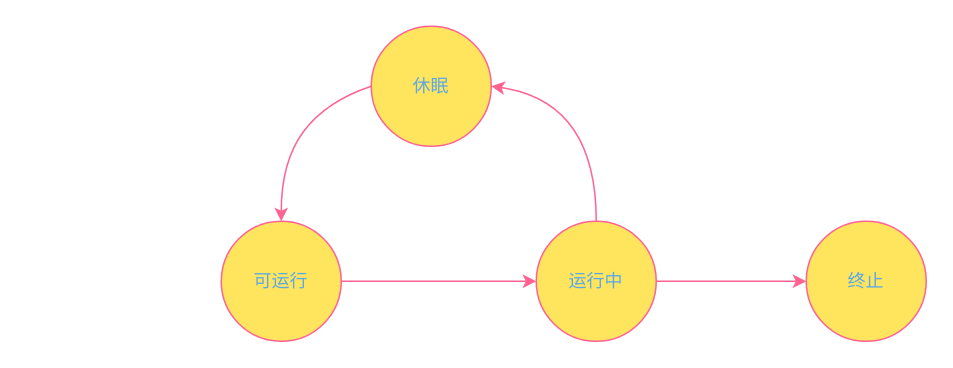
Before: page "操作系统线程" (1 of 2) of Untitled Diagram.drawio in fxiaoyu97/Algorithm-Utils, a draw.io diagram. Source tidied: cells renumbered, new cells numbered last; positions are measured from the earlier drawing's top-left corner, leaving out a move shared by most shapes. Both pictures are drawn from the tidied source at 150%, with x=0, y=0 at pixel (220, 26).
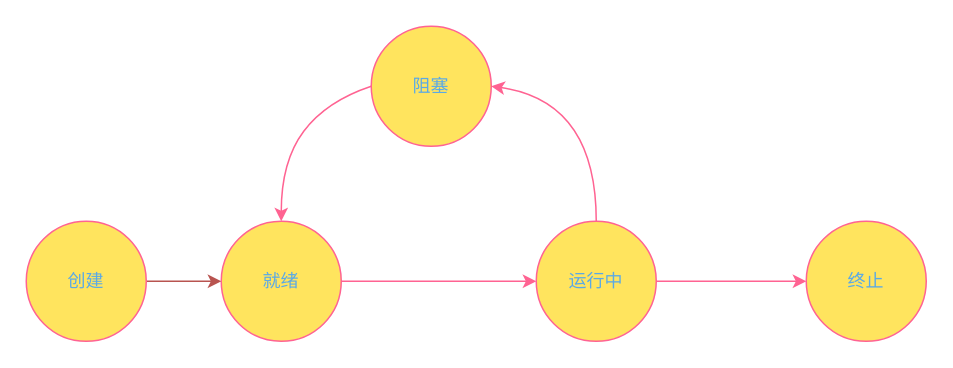
After the change.

Commit message:
更新操作系统线程状态

Change to the diagram source:
```diff
@@
 <mxGraphModel>
   <root>
     <mxCell id="0" />
     <mxCell id="1" parent="0" />
     <mxCell id="2" style="group;" parent="1" vertex="1">
       <mxGeometry width="470" height="210" as="geometry" />
     </mxCell>
     <mxCell id="3" style="edgeStyle=orthogonalEdgeStyle;curved=0;rounded=1;sketch=0;jettySize=auto;html=1;fontColor=#5AA9E6;strokeColor=#FF6392;fillColor=#FFE45E;" parent="2" edge="1" source="4">
       <mxGeometry relative="1" as="geometry">
         <mxPoint x="210" y="170" as="targetPoint" />
       </mxGeometry>
     </mxCell>
-    <mxCell id="4" value="可运行" style="ellipse;whiteSpace=wrap;html=1;rounded=0;sketch=0;fontColor=#5AA9E6;strokeColor=#FF6392;fillColor=#FFE45E;" parent="2" vertex="1">
+    <mxCell id="4" value="就绪" style="ellipse;whiteSpace=wrap;html=1;rounded=0;sketch=0;fontColor=#5AA9E6;strokeColor=#FF6392;fillColor=#FFE45E;" parent="2" vertex="1">
       <mxGeometry y="130" width="80" height="80" as="geometry" />
     </mxCell>
     <mxCell id="5" value="运行中" style="ellipse;whiteSpace=wrap;html=1;rounded=0;sketch=0;fontColor=#5AA9E6;strokeColor=#FF6392;fillColor=#FFE45E;" parent="2" vertex="1">
       <mxGeometry x="210" y="130" width="80" height="80" as="geometry" />
     </mxCell>
     <mxCell id="6" value="终止" style="ellipse;whiteSpace=wrap;html=1;rounded=0;sketch=0;fontColor=#5AA9E6;strokeColor=#FF6392;fillColor=#FFE45E;" parent="2" vertex="1">
       <mxGeometry x="390" y="130" width="80" height="80" as="geometry" />
     </mxCell>
     <mxCell id="7" style="edgeStyle=orthogonalEdgeStyle;curved=0;rounded=1;sketch=0;jettySize=auto;html=1;fontColor=#5AA9E6;strokeColor=#FF6392;fillColor=#FFE45E;" parent="2" edge="1" source="5" target="6">
       <mxGeometry relative="1" as="geometry" />
     </mxCell>
-    <mxCell id="8" value="休眠" style="ellipse;whiteSpace=wrap;html=1;rounded=0;sketch=0;fontColor=#5AA9E6;strokeColor=#FF6392;fillColor=#FFE45E;" parent="2" vertex="1">
+    <mxCell id="8" value="阻塞" style="ellipse;whiteSpace=wrap;html=1;rounded=0;sketch=0;fontColor=#5AA9E6;strokeColor=#FF6392;fillColor=#FFE45E;" parent="2" vertex="1">
       <mxGeometry x="100" width="80" height="80" as="geometry" />
     </mxCell>
     <mxCell id="9" style="curved=1;endArrow=classic;html=1;rounded=1;sketch=0;fontColor=#5AA9E6;strokeColor=#FF6392;fillColor=#FFE45E;exitX=0.5;exitY=0;exitDx=0;exitDy=0;entryX=1;entryY=0.5;entryDx=0;entryDy=0;" parent="2" edge="1" source="5" target="8">
       <mxGeometry relative="1" as="geometry">
         <Array as="points">
           <mxPoint x="250" y="50" />
         </Array>
       </mxGeometry>
     </mxCell>
     <mxCell id="10" style="curved=1;endArrow=classic;html=1;rounded=1;sketch=0;fontColor=#5AA9E6;strokeColor=#FF6392;fillColor=#FFE45E;exitX=0;exitY=0.5;exitDx=0;exitDy=0;entryX=0.5;entryY=0;entryDx=0;entryDy=0;" parent="2" edge="1" source="8" target="4">
       <mxGeometry relative="1" as="geometry">
         <Array as="points">
           <mxPoint x="70" y="50" />
           <mxPoint x="40" y="90" />
         </Array>
       </mxGeometry>
     </mxCell>
+    <mxCell id="11" style="edgeStyle=orthogonalEdgeStyle;rounded=0;jettySize=auto;html=1;fillColor=#f8cecc;strokeColor=#b85450;" parent="1" edge="1" source="12" target="4">
+      <mxGeometry relative="1" as="geometry" />
+    </mxCell>
+    <mxCell id="12" value="创建" style="ellipse;whiteSpace=wrap;html=1;rounded=0;sketch=0;fontColor=#5AA9E6;strokeColor=#FF6392;fillColor=#FFE45E;" parent="1" vertex="1">
+      <mxGeometry x="-130" y="130" width="80" height="80" as="geometry" />
+    </mxCell>
   </root>
 </mxGraphModel>
```
